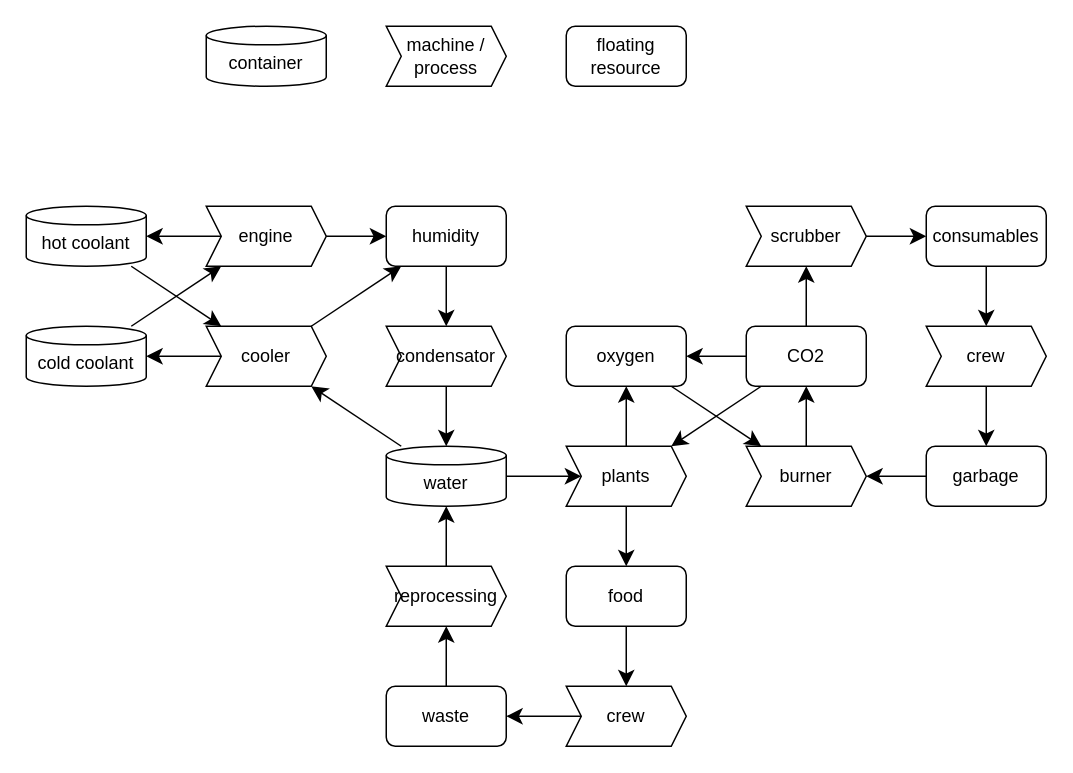
XFajk/GMTK2025Game keeps this draw.io diagram as resource_flow_diagram.drawio. Above is the earlier version. Source tidied: cells renumbered, new cells numbered last; positions are measured from the earlier drawing's top-left corner, leaving out a move shared by most shapes. Both pictures are drawn from the tidied source at 150%, with x=0, y=0 at pixel (26, 26).
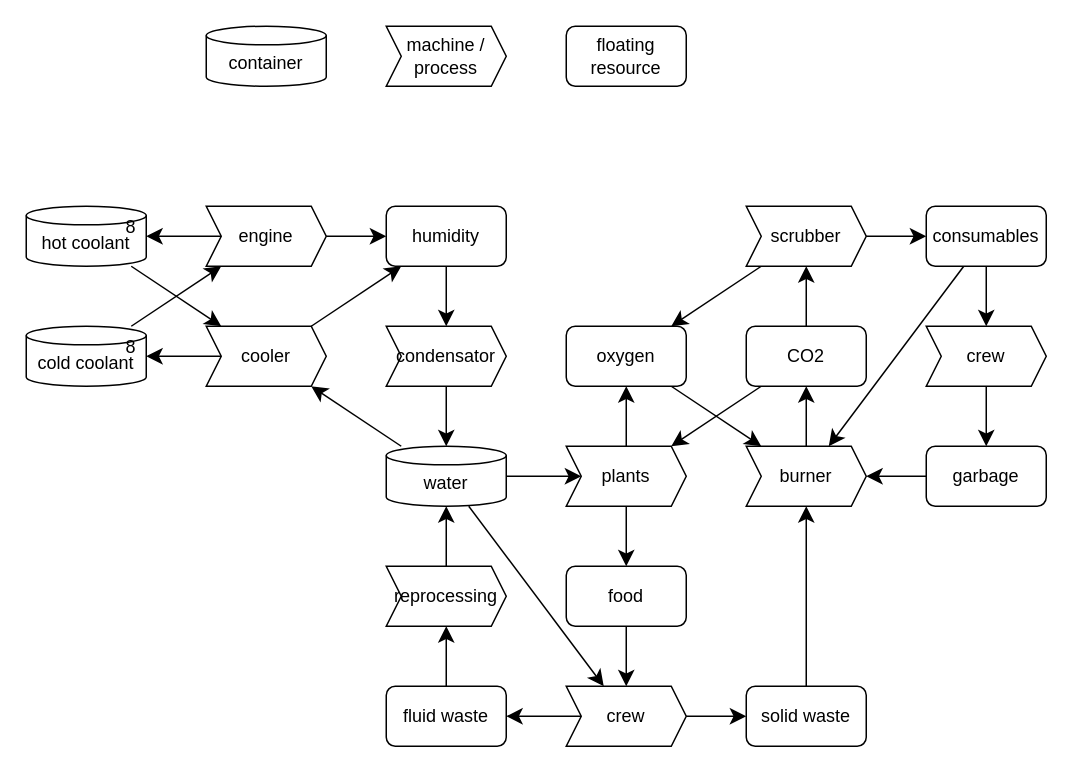
Above is the later version.

Commit message (it also covers changes not shown here):
add solid waste resource to prevent carbon loss

The change refers to these unchanged cells:
```xml
<mxCell id="7" value="water" style="shape=cylinder3;whiteSpace=wrap;html=1;boundedLbl=1;backgroundOutline=1;size=6.206904970366395;" parent="1" vertex="1">
  <mxGeometry x="240" y="280" width="80" height="40" as="geometry" />
</mxCell>
<mxCell id="9" value="oxygen" style="rounded=1;whiteSpace=wrap;html=1;" parent="1" vertex="1">
  <mxGeometry x="360" y="200" width="80" height="40" as="geometry" />
</mxCell>
<mxCell id="28" value="crew" style="shape=step;perimeter=stepPerimeter;whiteSpace=wrap;html=1;fixedSize=1;size=10;" parent="1" vertex="1">
  <mxGeometry x="360" y="440" width="80" height="40" as="geometry" />
</mxCell>
<mxCell id="38" value="CO2" style="rounded=1;whiteSpace=wrap;html=1;" parent="1" vertex="1">
  <mxGeometry x="480" y="200" width="80" height="40" as="geometry" />
</mxCell>
<mxCell id="40" value="consumables" style="rounded=1;whiteSpace=wrap;html=1;" parent="1" vertex="1">
  <mxGeometry x="600" y="120" width="80" height="40" as="geometry" />
</mxCell>
<mxCell id="42" value="scrubber" style="shape=step;perimeter=stepPerimeter;whiteSpace=wrap;html=1;fixedSize=1;size=10;" parent="1" vertex="1">
  <mxGeometry x="480" y="120" width="80" height="40" as="geometry" />
</mxCell>
<mxCell id="48" value="burner" style="shape=step;perimeter=stepPerimeter;whiteSpace=wrap;html=1;fixedSize=1;size=10;" parent="1" vertex="1">
  <mxGeometry x="480" y="280" width="80" height="40" as="geometry" />
</mxCell>
```

Diff of the diagram source:
```diff
@@
+    <mxCell id="49" style="edgeStyle=none;curved=1;rounded=0;jettySize=auto;html=1;fontSize=12;startSize=8;endSize=8;" parent="1" edge="1" source="7" target="28">
+      <mxGeometry relative="1" as="geometry" />
+    </mxCell>
@@
-    <mxCell id="24" value="waste" style="rounded=1;whiteSpace=wrap;html=1;" parent="1" vertex="1">
+    <mxCell id="24" value="fluid waste" style="rounded=1;whiteSpace=wrap;html=1;" parent="1" vertex="1">
       <mxGeometry x="240" y="440" width="80" height="40" as="geometry" />
     </mxCell>
@@
+    <mxCell id="50" style="edgeStyle=none;curved=1;rounded=0;jettySize=auto;html=1;fontSize=12;startSize=8;endSize=8;" parent="1" edge="1" source="28" target="55">
+      <mxGeometry relative="1" as="geometry" />
+    </mxCell>
@@
-    <mxCell id="37" style="edgeStyle=none;curved=1;rounded=0;jettySize=auto;html=1;fontSize=12;startSize=8;endSize=8;" parent="1" edge="1" source="38" target="9">
+    <mxCell id="37" style="edgeStyle=none;curved=1;rounded=0;jettySize=auto;html=1;fontSize=12;startSize=8;endSize=8;" parent="1" edge="1" source="42" target="9">
       <mxGeometry relative="1" as="geometry" />
     </mxCell>
@@
+    <mxCell id="51" style="edgeStyle=none;curved=1;rounded=0;jettySize=auto;html=1;fontSize=12;startSize=8;endSize=8;" parent="1" edge="1" source="40" target="48">
+      <mxGeometry relative="1" as="geometry" />
+    </mxCell>
@@
+    <mxCell id="52" value="8" style="text;html=1;align=center;verticalAlign=top;whiteSpace=wrap;rounded=0;" parent="1" vertex="1">
+      <mxGeometry x="60" y="120" width="20" height="40" as="geometry" />
+    </mxCell>
+    <mxCell id="53" value="8" style="text;html=1;align=center;verticalAlign=top;whiteSpace=wrap;rounded=0;" parent="1" vertex="1">
+      <mxGeometry x="60" y="200" width="20" height="40" as="geometry" />
+    </mxCell>
+    <mxCell id="54" style="edgeStyle=none;curved=1;rounded=0;jettySize=auto;html=1;fontSize=12;startSize=8;endSize=8;" parent="1" edge="1" source="55" target="48">
+      <mxGeometry relative="1" as="geometry" />
+    </mxCell>
+    <mxCell id="55" value="solid waste" style="rounded=1;whiteSpace=wrap;html=1;" parent="1" vertex="1">
+      <mxGeometry x="480" y="440" width="80" height="40" as="geometry" />
+    </mxCell>
```
